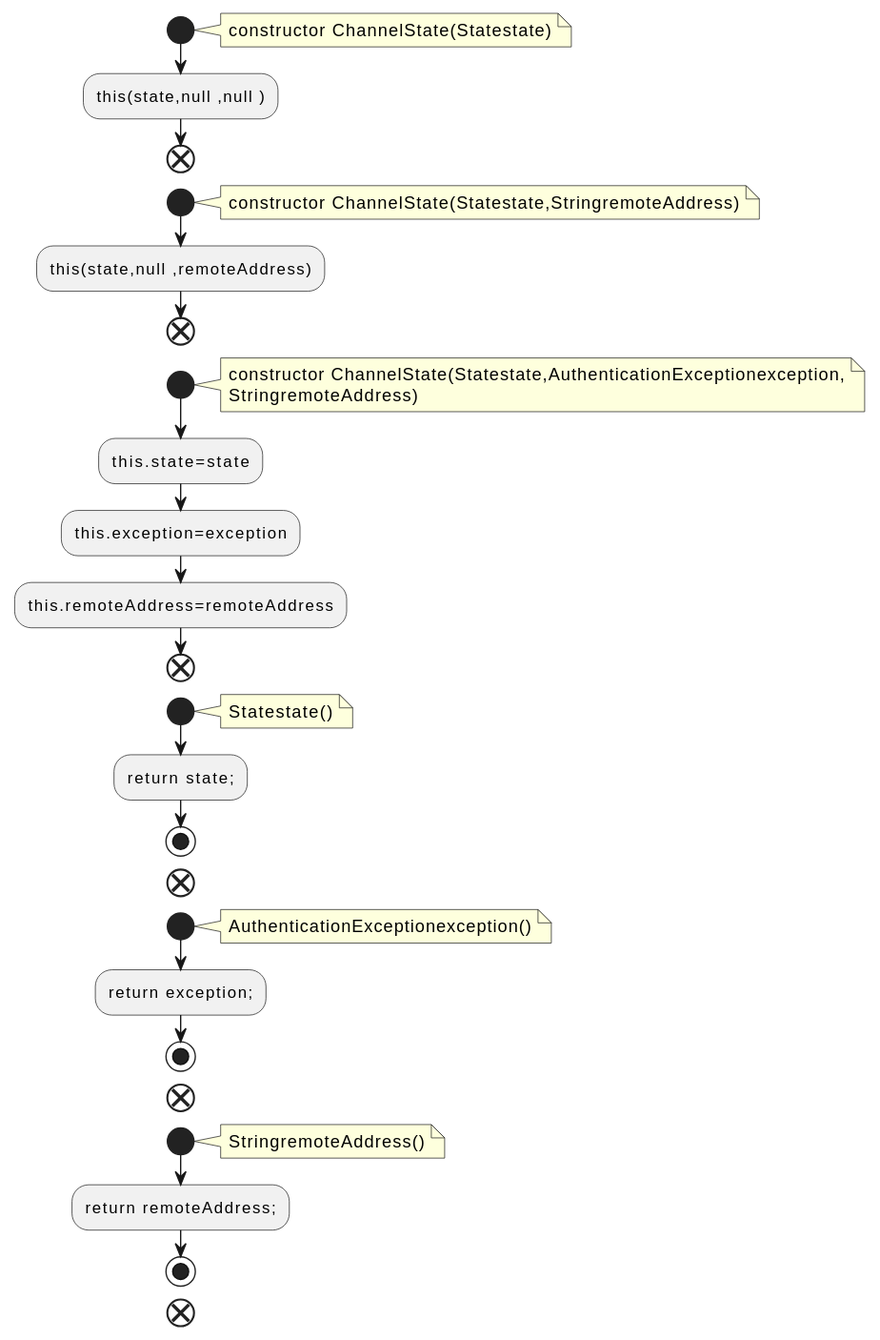
Before: docs/qc/clients/src/main/java/org/apache/kafka/common/network/ChannelState.java.fct.svg, a diagram exported from PlantUML (qualitesys/kafka).
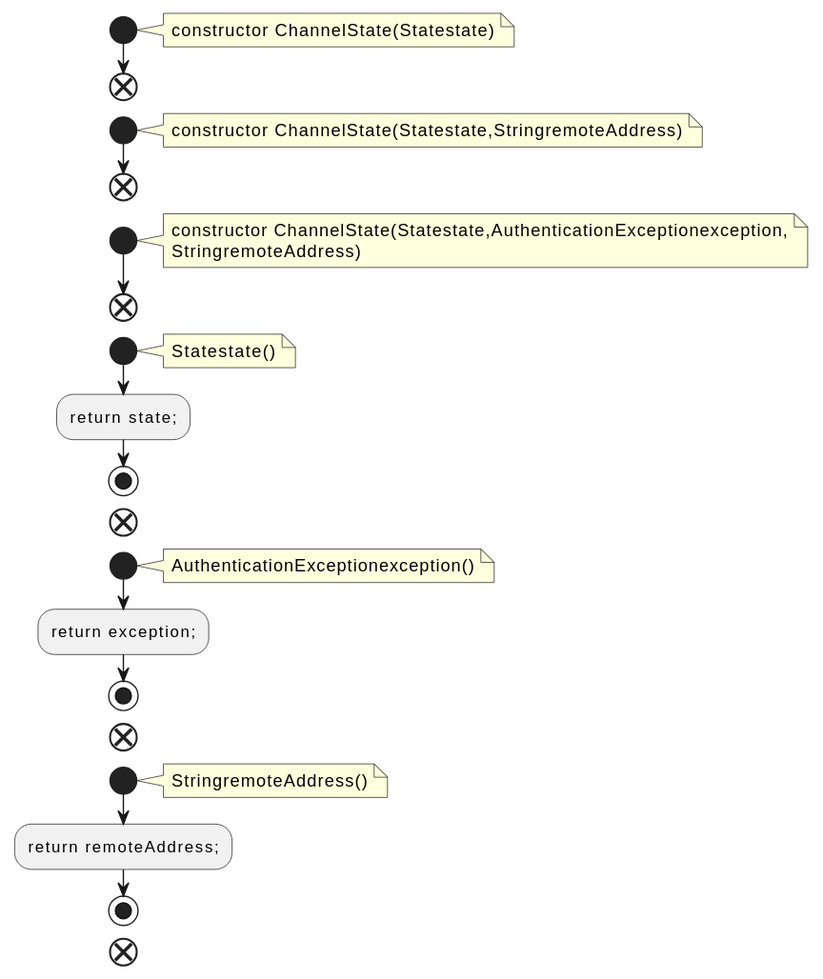
After the change.

What changed in the source:
```diff
@@ -4,22 +4,17 @@
 note right
 constructor ChannelState(Statestate)
 end note
-:this(state,null ,null );
 end
 start
 note right
 constructor ChannelState(Statestate,StringremoteAddress)
 end note
-:this(state,null ,remoteAddress);
 end
 start
 note right
 constructor ChannelState(Statestate,AuthenticationExceptionexception,
 StringremoteAddress)
 end note
-:this.state=state;
-:this.exception=exception;
-:this.remoteAddress=remoteAddress;
 end
 start
 note right
```
